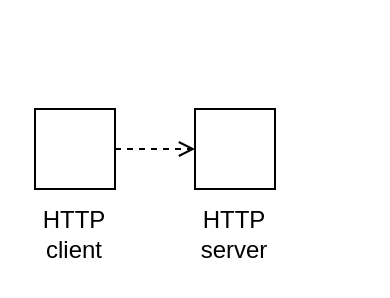
Above: web-application.drawio in lsc4719/MyViewOfApplications (draw.io), before the change. Source tidied: cells renumbered, new cells numbered last; positions are measured from the earlier drawing's top-left corner, leaving out a move shared by most shapes. Both pictures are drawn from the tidied source at 200%, with x=0, y=0 at pixel (34, 108).
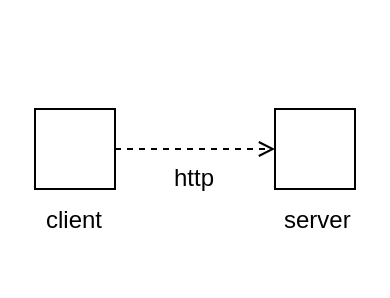
The same diagram, later.

What changed in the source:
```diff
@@
 <mxGraphModel>
   <root>
     <mxCell id="0" />
     <mxCell id="1" parent="0" />
     <mxCell id="2" style="edgeStyle=orthogonalEdgeStyle;rounded=0;jettySize=auto;html=1;exitX=1;exitY=0.5;exitDx=0;exitDy=0;entryX=0;entryY=0.5;entryDx=0;entryDy=0;endArrow=open;endFill=0;dashed=1;" parent="1" edge="1" source="3" target="4">
       <mxGeometry relative="1" as="geometry" />
     </mxCell>
-    <mxCell id="3" value="&lt;div&gt;&lt;br&gt;&lt;/div&gt;&lt;div&gt;&lt;br&gt;&lt;/div&gt;&lt;div&gt;&lt;br&gt;&lt;/div&gt;&lt;div&gt;&lt;br&gt;&lt;/div&gt;&lt;div&gt;&lt;br&gt;&lt;/div&gt;&lt;div&gt;&lt;br&gt;&lt;/div&gt;&lt;div&gt;HTTP client&lt;/div&gt;" style="rounded=0;whiteSpace=wrap;html=1;" parent="1" vertex="1">
+    <mxCell id="3" value="&lt;div&gt;&lt;br&gt;&lt;/div&gt;&lt;div&gt;&lt;br&gt;&lt;/div&gt;&lt;div&gt;&lt;br&gt;&lt;/div&gt;&lt;div&gt;&lt;br&gt;&lt;/div&gt;&lt;div&gt;&lt;br&gt;&lt;/div&gt;&lt;div&gt;client&lt;/div&gt;" style="rounded=0;whiteSpace=wrap;html=1;" parent="1" vertex="1">
       <mxGeometry width="40" height="40" as="geometry" />
     </mxCell>
-    <mxCell id="4" value="&lt;div&gt;&lt;br&gt;&lt;/div&gt;&lt;div&gt;&lt;br&gt;&lt;/div&gt;&lt;div&gt;&lt;br&gt;&lt;/div&gt;&lt;div&gt;&lt;br&gt;&lt;/div&gt;&lt;div&gt;&lt;br&gt;&lt;/div&gt;&lt;div&gt;&lt;br&gt;&lt;/div&gt;&lt;div&gt;HTTP server&lt;/div&gt;" style="rounded=0;whiteSpace=wrap;html=1;" parent="1" vertex="1">
-      <mxGeometry x="80" width="40" height="40" as="geometry" />
+    <mxCell id="4" value="&lt;div&gt;&lt;br&gt;&lt;/div&gt;&lt;div&gt;&lt;br&gt;&lt;/div&gt;&lt;div&gt;&lt;br&gt;&lt;/div&gt;&lt;div&gt;&lt;br&gt;&lt;/div&gt;&lt;div&gt;&lt;br&gt;&lt;/div&gt;&lt;div&gt;&lt;span style=&quot;background-color: initial;&quot;&gt;&amp;nbsp;server&lt;/span&gt;&lt;br&gt;&lt;/div&gt;" style="rounded=0;whiteSpace=wrap;html=1;" parent="1" vertex="1">
+      <mxGeometry x="120" width="40" height="40" as="geometry" />
     </mxCell>
+    <mxCell id="5" value="http" style="text;html=1;align=center;verticalAlign=middle;whiteSpace=wrap;rounded=0;" parent="1" vertex="1">
+      <mxGeometry x="50" y="20" width="60" height="30" as="geometry" />
+    </mxCell>
   </root>
 </mxGraphModel>
```
